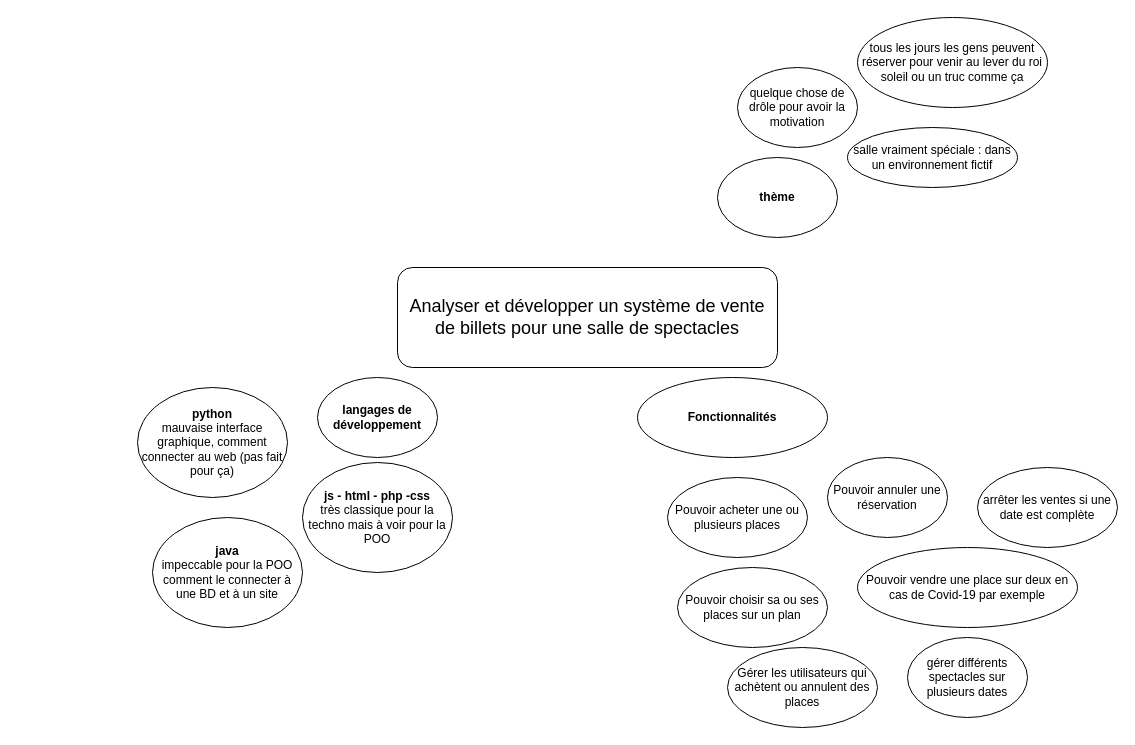
Earlier version of the draw.io diagram page "brainstorming" (1 of 7) of analyse/Diagramme sans nom.drawio (baptisteRiviere/SpectacleHallManagement). Source tidied: cells renumbered, new cells numbered last; positions are measured from the earlier drawing's top-left corner, leaving out a move shared by most shapes. Both pictures are drawn from the tidied source at 100%, with x=0, y=0 at pixel (137, 17).
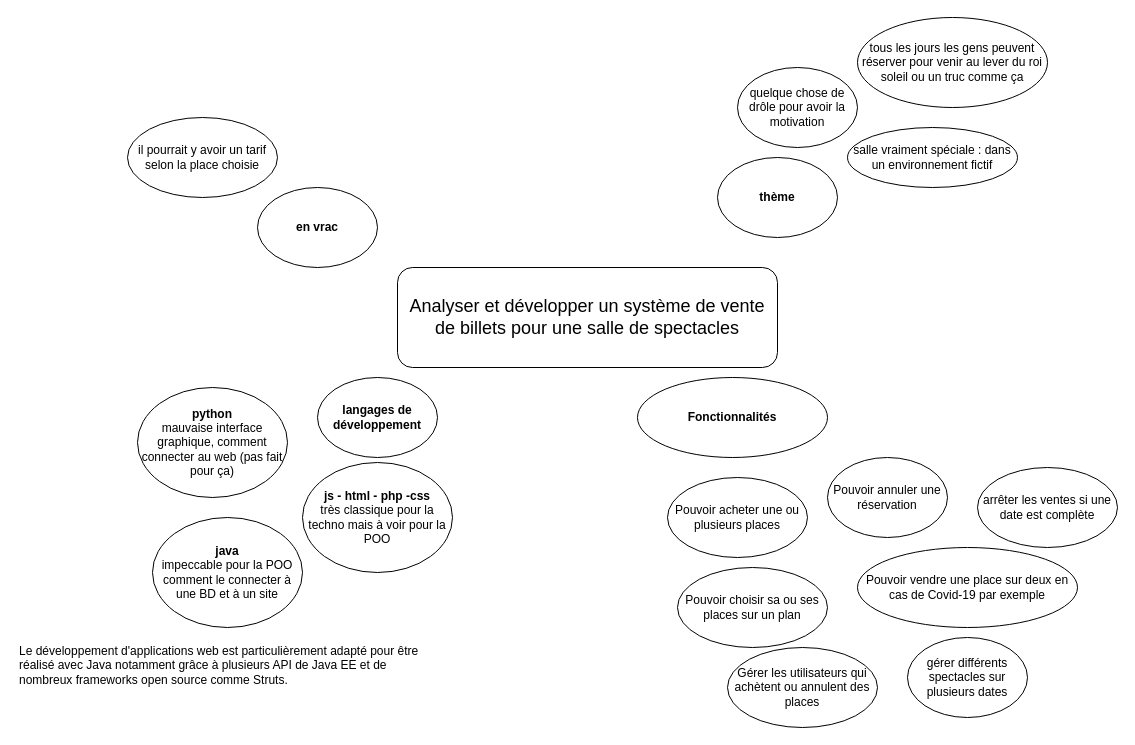
Above is the later version.

The edit, as a diff of the source:
```diff
@@
+    <mxCell id="19" value="il pourrait y avoir un tarif selon la place choisie" style="ellipse;whiteSpace=wrap;html=1;" parent="1" vertex="1">
+      <mxGeometry x="-10" y="100" width="150" height="80" as="geometry" />
+    </mxCell>
+    <mxCell id="20" value="&lt;b&gt;en vrac&lt;br&gt;&lt;/b&gt;" style="ellipse;whiteSpace=wrap;html=1;" parent="1" vertex="1">
+      <mxGeometry x="120" y="170" width="120" height="80" as="geometry" />
+    </mxCell>
+    <mxCell id="21" value="Le développement d'applications web est particulièrement adapté pour être&lt;br&gt; réalisé avec Java notamment grâce à plusieurs API de Java EE et de &lt;br&gt;nombreux frameworks open source comme Struts." style="text;whiteSpace=wrap;html=1;fontSize=12;" parent="1" vertex="1">
+      <mxGeometry x="-120" y="620" width="410" height="70" as="geometry" />
+    </mxCell>
```
